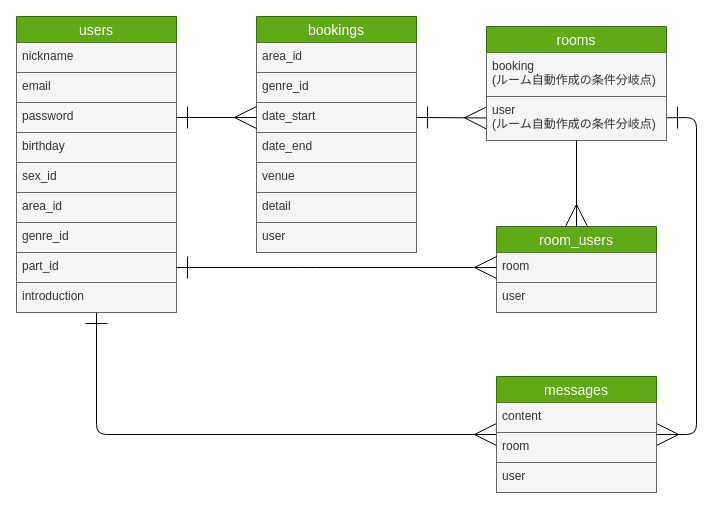
Before: database.dio in yuki-0202/bandbond, a draw.io diagram. Source tidied: cells renumbered, new cells numbered last; positions are measured from the earlier drawing's top-left corner, leaving out a move shared by most shapes. Both pictures are drawn from the tidied source at 100%, with x=0, y=0 at pixel (16, 16).
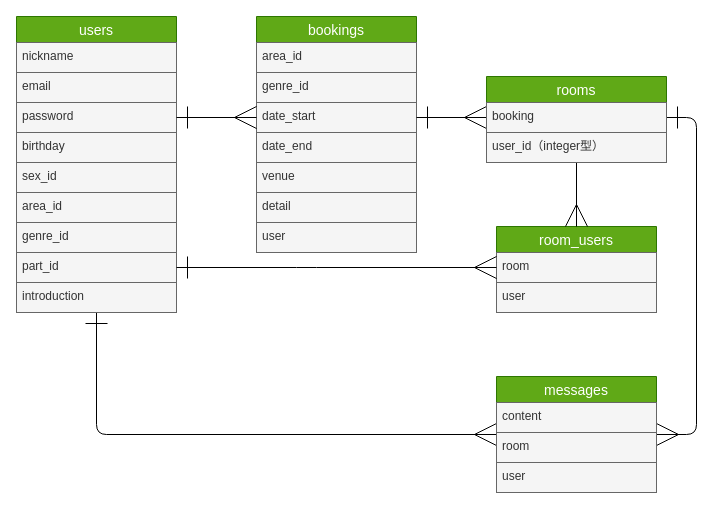
The same page after the edit.

Unchanged cells that the change refers to:
```xml
<mxCell id="23" value="messages" style="swimlane;fontStyle=0;horizontal=1;startSize=26;align=center;fontSize=14;fillColor=#60a917;fontColor=#ffffff;strokeColor=#2D7600;" parent="1" vertex="1">
  <mxGeometry x="480" y="360" width="160" height="116" as="geometry" />
</mxCell>
```

Change to the diagram source:
```diff
@@
-    <mxCell id="21" style="edgeStyle=none;html=1;startArrow=ERmany;startFill=0;endArrow=ERone;endFill=0;startSize=20;endSize=20;strokeWidth=1;" parent="1" edge="1" source="35">
+    <mxCell id="21" style="edgeStyle=none;html=1;startArrow=ERmany;startFill=0;endArrow=ERone;endFill=0;startSize=20;endSize=20;strokeWidth=1;" parent="1" edge="1" source="34">
       <mxGeometry relative="1" as="geometry">
         <mxPoint x="400" y="101" as="targetPoint" />
       </mxGeometry>
     </mxCell>
-    <mxCell id="22" style="edgeStyle=none;html=1;exitX=1;exitY=0.5;exitDx=0;exitDy=0;startArrow=ERmany;startFill=0;endArrow=ERone;endFill=0;startSize=20;endSize=20;strokeWidth=1;" parent="1" edge="1" source="23" target="35">
+    <mxCell id="22" style="edgeStyle=none;html=1;exitX=1;exitY=0.5;exitDx=0;exitDy=0;startArrow=ERmany;startFill=0;endArrow=ERone;endFill=0;startSize=20;endSize=20;strokeWidth=1;" parent="1" edge="1" source="23" target="34">
       <mxGeometry relative="1" as="geometry">
         <Array as="points">
           <mxPoint x="680" y="418" />
           <mxPoint x="680" y="101" />
         </Array>
       </mxGeometry>
     </mxCell>
@@
     <mxCell id="33" value="rooms" style="swimlane;fontStyle=0;horizontal=1;startSize=26;align=center;fontSize=14;fillColor=#60a917;fontColor=#ffffff;strokeColor=#2D7600;" parent="1" vertex="1">
-      <mxGeometry x="470" y="10" width="180" height="114" as="geometry" />
+      <mxGeometry x="470" y="60" width="180" height="86" as="geometry" />
     </mxCell>
-    <mxCell id="34" value="booking&#10;(ルーム自動作成の条件分岐点)" style="text;strokeColor=#666666;fillColor=#f5f5f5;spacingLeft=4;spacingRight=4;overflow=hidden;points=[[0,0.5],[1,0.5]];portConstraint=eastwest;fontSize=12;fontColor=#333333;" parent="33" vertex="1">
-      <mxGeometry y="26" width="180" height="44" as="geometry" />
+    <mxCell id="34" value="booking" style="text;strokeColor=#666666;fillColor=#f5f5f5;spacingLeft=4;spacingRight=4;overflow=hidden;points=[[0,0.5],[1,0.5]];portConstraint=eastwest;fontSize=12;fontColor=#333333;" parent="33" vertex="1">
+      <mxGeometry y="26" width="180" height="30" as="geometry" />
     </mxCell>
-    <mxCell id="35" value="user&#10;(ルーム自動作成の条件分岐点)" style="text;strokeColor=#666666;fillColor=#f5f5f5;spacingLeft=4;spacingRight=4;overflow=hidden;points=[[0,0.5],[1,0.5]];portConstraint=eastwest;fontSize=12;fontColor=#333333;" parent="33" vertex="1">
-      <mxGeometry y="70" width="180" height="44" as="geometry" />
+    <mxCell id="35" value="user_id（integer型）" style="text;strokeColor=#666666;fillColor=#f5f5f5;spacingLeft=4;spacingRight=4;overflow=hidden;points=[[0,0.5],[1,0.5]];portConstraint=eastwest;fontSize=12;fontColor=#333333;" parent="33" vertex="1">
+      <mxGeometry y="56" width="180" height="30" as="geometry" />
     </mxCell>
```
